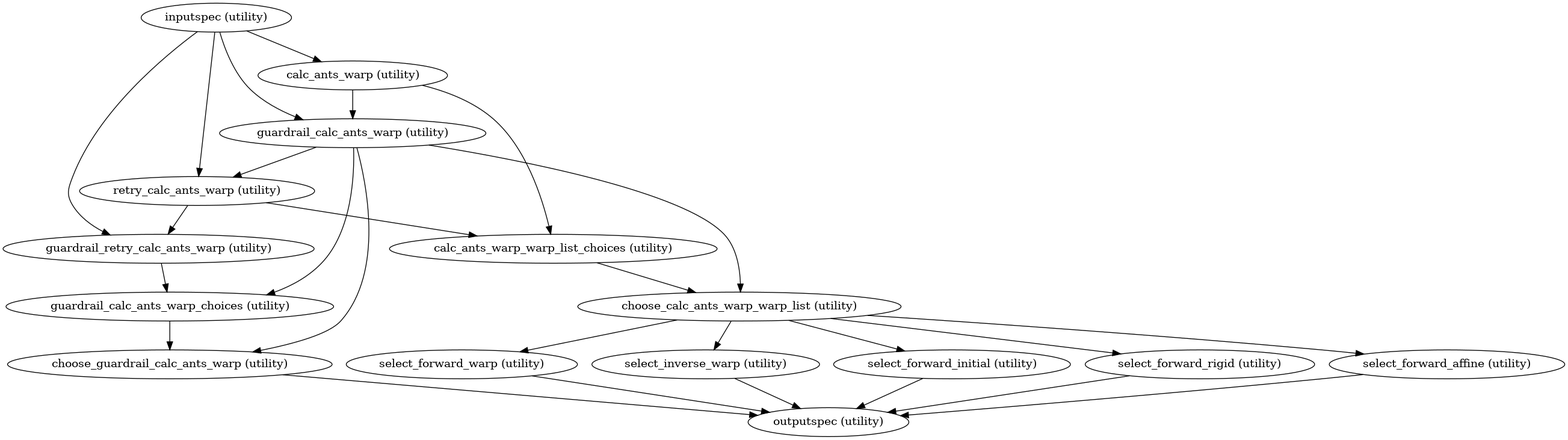
The Graphviz diagram docs/nightly/developer/workflows/images/generated/calculate_ants_warp.png in shnizzedy/fcp-indi.github.io, before a commit. Its source is kept beside it as docs/nightly/developer/workflows/images/generated/calculate_ants_warp.dot. Its diagram source:
```dot
strict digraph  {
"calc_ants_warp (utility)";
"guardrail_calc_ants_warp (utility)";
"calc_ants_warp_warp_list_choices (utility)";
"guardrail_calc_ants_warp_choices (utility)";
"choose_guardrail_calc_ants_warp (utility)";
"choose_calc_ants_warp_warp_list (utility)";
"retry_calc_ants_warp (utility)";
"guardrail_retry_calc_ants_warp (utility)";
"inputspec (utility)";
"outputspec (utility)";
"select_forward_initial (utility)";
"select_forward_rigid (utility)";
"select_forward_affine (utility)";
"select_forward_warp (utility)";
"select_inverse_warp (utility)";
"calc_ants_warp (utility)" -> "guardrail_calc_ants_warp (utility)";
"calc_ants_warp (utility)" -> "calc_ants_warp_warp_list_choices (utility)";
"guardrail_calc_ants_warp (utility)" -> "guardrail_calc_ants_warp_choices (utility)";
"guardrail_calc_ants_warp (utility)" -> "choose_guardrail_calc_ants_warp (utility)";
"guardrail_calc_ants_warp (utility)" -> "choose_calc_ants_warp_warp_list (utility)";
"guardrail_calc_ants_warp (utility)" -> "retry_calc_ants_warp (utility)";
"calc_ants_warp_warp_list_choices (utility)" -> "choose_calc_ants_warp_warp_list (utility)";
"guardrail_calc_ants_warp_choices (utility)" -> "choose_guardrail_calc_ants_warp (utility)";
"choose_guardrail_calc_ants_warp (utility)" -> "outputspec (utility)";
"choose_calc_ants_warp_warp_list (utility)" -> "select_forward_initial (utility)";
"choose_calc_ants_warp_warp_list (utility)" -> "select_forward_rigid (utility)";
"choose_calc_ants_warp_warp_list (utility)" -> "select_forward_affine (utility)";
"choose_calc_ants_warp_warp_list (utility)" -> "select_forward_warp (utility)";
"choose_calc_ants_warp_warp_list (utility)" -> "select_inverse_warp (utility)";
"retry_calc_ants_warp (utility)" -> "guardrail_retry_calc_ants_warp (utility)";
"retry_calc_ants_warp (utility)" -> "calc_ants_warp_warp_list_choices (utility)";
"guardrail_retry_calc_ants_warp (utility)" -> "guardrail_calc_ants_warp_choices (utility)";
"inputspec (utility)" -> "calc_ants_warp (utility)";
"inputspec (utility)" -> "retry_calc_ants_warp (utility)";
"inputspec (utility)" -> "guardrail_calc_ants_warp (utility)";
"inputspec (utility)" -> "guardrail_retry_calc_ants_warp (utility)";
"select_forward_initial (utility)" -> "outputspec (utility)";
"select_forward_rigid (utility)" -> "outputspec (utility)";
"select_forward_affine (utility)" -> "outputspec (utility)";
"select_forward_warp (utility)" -> "outputspec (utility)";
"select_inverse_warp (utility)" -> "outputspec (utility)";
}
```
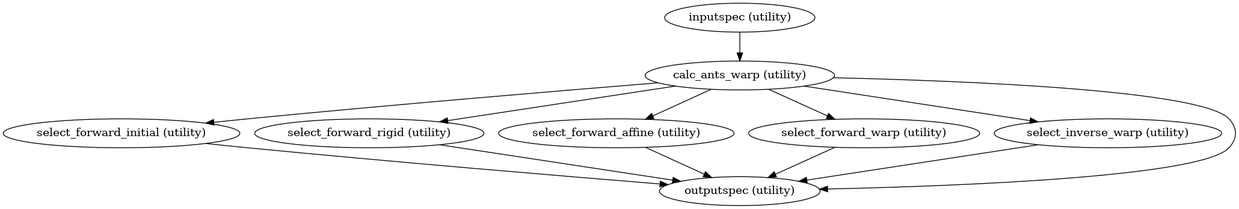
Above is the later version.

The edit, as a diff of the source:
```diff
@@ -1,40 +1,19 @@
 strict digraph  {
+"inputspec (utility)";
 "calc_ants_warp (utility)";
-"guardrail_calc_ants_warp (utility)";
-"calc_ants_warp_warp_list_choices (utility)";
-"guardrail_calc_ants_warp_choices (utility)";
-"choose_guardrail_calc_ants_warp (utility)";
-"choose_calc_ants_warp_warp_list (utility)";
-"retry_calc_ants_warp (utility)";
-"guardrail_retry_calc_ants_warp (utility)";
-"inputspec (utility)";
-"outputspec (utility)";
 "select_forward_initial (utility)";
 "select_forward_rigid (utility)";
 "select_forward_affine (utility)";
 "select_forward_warp (utility)";
 "select_inverse_warp (utility)";
-"calc_ants_warp (utility)" -> "guardrail_calc_ants_warp (utility)";
-"calc_ants_warp (utility)" -> "calc_ants_warp_warp_list_choices (utility)";
-"guardrail_calc_ants_warp (utility)" -> "guardrail_calc_ants_warp_choices (utility)";
-"guardrail_calc_ants_warp (utility)" -> "choose_guardrail_calc_ants_warp (utility)";
-"guardrail_calc_ants_warp (utility)" -> "choose_calc_ants_warp_warp_list (utility)";
-"guardrail_calc_ants_warp (utility)" -> "retry_calc_ants_warp (utility)";
-"calc_ants_warp_warp_list_choices (utility)" -> "choose_calc_ants_warp_warp_list (utility)";
-"guardrail_calc_ants_warp_choices (utility)" -> "choose_guardrail_calc_ants_warp (utility)";
-"choose_guardrail_calc_ants_warp (utility)" -> "outputspec (utility)";
-"choose_calc_ants_warp_warp_list (utility)" -> "select_forward_initial (utility)";
-"choose_calc_ants_warp_warp_list (utility)" -> "select_forward_rigid (utility)";
-"choose_calc_ants_warp_warp_list (utility)" -> "select_forward_affine (utility)";
-"choose_calc_ants_warp_warp_list (utility)" -> "select_forward_warp (utility)";
-"choose_calc_ants_warp_warp_list (utility)" -> "select_inverse_warp (utility)";
-"retry_calc_ants_warp (utility)" -> "guardrail_retry_calc_ants_warp (utility)";
-"retry_calc_ants_warp (utility)" -> "calc_ants_warp_warp_list_choices (utility)";
-"guardrail_retry_calc_ants_warp (utility)" -> "guardrail_calc_ants_warp_choices (utility)";
+"outputspec (utility)";
 "inputspec (utility)" -> "calc_ants_warp (utility)";
-"inputspec (utility)" -> "retry_calc_ants_warp (utility)";
-"inputspec (utility)" -> "guardrail_calc_ants_warp (utility)";
-"inputspec (utility)" -> "guardrail_retry_calc_ants_warp (utility)";
+"calc_ants_warp (utility)" -> "select_forward_initial (utility)";
+"calc_ants_warp (utility)" -> "select_forward_rigid (utility)";
+"calc_ants_warp (utility)" -> "select_forward_affine (utility)";
+"calc_ants_warp (utility)" -> "select_forward_warp (utility)";
+"calc_ants_warp (utility)" -> "select_inverse_warp (utility)";
+"calc_ants_warp (utility)" -> "outputspec (utility)";
 "select_forward_initial (utility)" -> "outputspec (utility)";
 "select_forward_rigid (utility)" -> "outputspec (utility)";
 "select_forward_affine (utility)" -> "outputspec (utility)";
```
